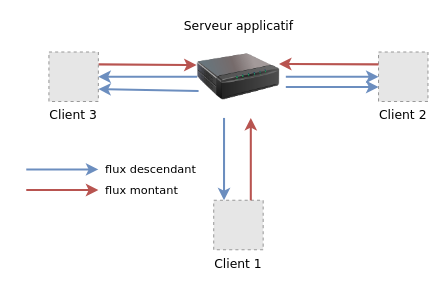
This is page "SFU" (5 of 8) of schéma/ArchiReseau.drawio from stephannicolas96/dossierPro, a draw.io file, before an edit. Source tidied: cells renumbered, new cells numbered last; positions are measured from the earlier drawing's top-left corner, leaving out a move shared by most shapes. Both pictures are drawn from the tidied source at 103%, with x=0, y=0 at pixel (26, 35). Pictures stored in the file or linked from it are replaced by grey dashed boxes.
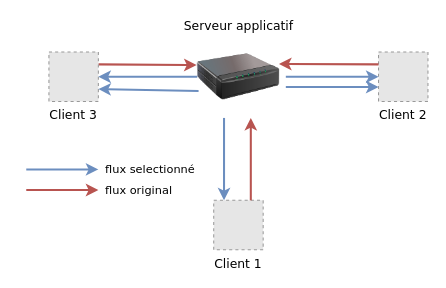
Above is the later version.

Diff of the diagram source:
```diff
@@
-    <mxCell id="14" value="flux descendant" style="edgeStyle=none;rounded=0;orthogonalLoop=1;jettySize=auto;html=1;sourcePerimeterSpacing=5;endArrow=classic;endFill=1;targetPerimeterSpacing=5;fillColor=#dae8fc;strokeColor=#6c8ebf;startArrow=none;startFill=0;strokeWidth=2;fontFamily=Verdana;labelPosition=right;verticalLabelPosition=middle;align=left;verticalAlign=middle;spacingRight=0;spacingLeft=40;" parent="1" edge="1">
+    <mxCell id="14" value="flux selectionné" style="edgeStyle=none;rounded=0;orthogonalLoop=1;jettySize=auto;html=1;sourcePerimeterSpacing=5;endArrow=classic;endFill=1;targetPerimeterSpacing=5;fillColor=#dae8fc;strokeColor=#6c8ebf;startArrow=none;startFill=0;strokeWidth=2;fontFamily=Verdana;labelPosition=right;verticalLabelPosition=middle;align=left;verticalAlign=middle;spacingRight=0;spacingLeft=40;" parent="1" edge="1">
       <mxGeometry relative="1" as="geometry">
         <mxPoint y="130" as="sourcePoint" />
         <mxPoint x="70" y="130" as="targetPoint" />
       </mxGeometry>
     </mxCell>
-    <mxCell id="15" value="flux montant" style="edgeStyle=none;rounded=0;orthogonalLoop=1;jettySize=auto;html=1;sourcePerimeterSpacing=5;endArrow=classic;endFill=1;targetPerimeterSpacing=5;fillColor=#f8cecc;strokeColor=#b85450;startArrow=none;startFill=0;strokeWidth=2;fontFamily=Verdana;labelPosition=right;verticalLabelPosition=middle;align=left;verticalAlign=middle;spacingRight=0;spacingLeft=40;" parent="1" edge="1">
+    <mxCell id="15" value="flux original" style="edgeStyle=none;rounded=0;orthogonalLoop=1;jettySize=auto;html=1;sourcePerimeterSpacing=5;endArrow=classic;endFill=1;targetPerimeterSpacing=5;fillColor=#f8cecc;strokeColor=#b85450;startArrow=none;startFill=0;strokeWidth=2;fontFamily=Verdana;labelPosition=right;verticalLabelPosition=middle;align=left;verticalAlign=middle;spacingRight=0;spacingLeft=40;" parent="1" edge="1">
       <mxGeometry relative="1" as="geometry">
         <mxPoint y="150" as="sourcePoint" />
         <mxPoint x="70" y="150" as="targetPoint" />
       </mxGeometry>
     </mxCell>
```
